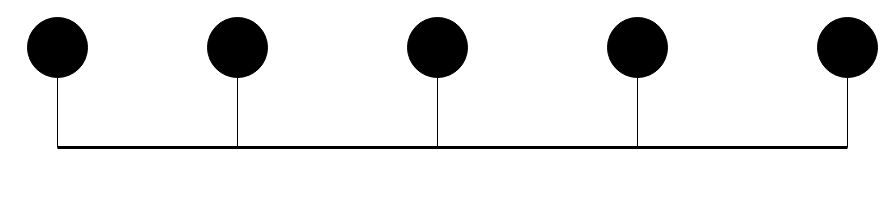
This is Untitled Diagram.drawio from Mohithkg/mynewrepo, a draw.io file, before an edit. Source tidied: cells renumbered, new cells numbered last; positions are measured from the earlier drawing's top-left corner, leaving out a move shared by most shapes. Both pictures are drawn from the tidied source at 100%, with x=0, y=0 at pixel (27, 17).
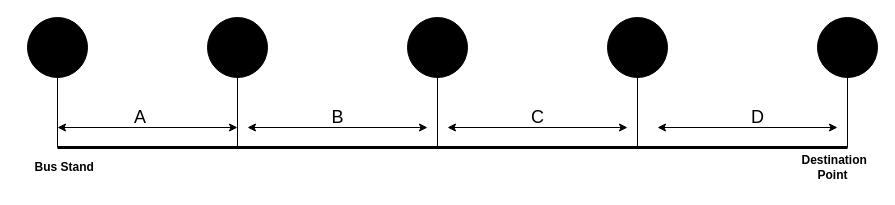
After the change.

Diff of the diagram source:
```diff
@@
+    <mxCell id="8" value="&lt;font style=&quot;font-size: 18px;&quot;&gt;&amp;nbsp;A&lt;/font&gt;" style="text;html=1;align=center;verticalAlign=middle;strokeColor=none;fillColor=none;" parent="1" vertex="1">
+      <mxGeometry x="90" y="80" width="40" height="40" as="geometry" />
+    </mxCell>
+    <mxCell id="9" value="&lt;font style=&quot;font-size: 18px;&quot;&gt;B&lt;/font&gt;" style="text;html=1;align=center;verticalAlign=middle;strokeColor=none;fillColor=none;" parent="1" vertex="1">
+      <mxGeometry x="290" y="80" width="40" height="40" as="geometry" />
+    </mxCell>
+    <mxCell id="10" value="&lt;font style=&quot;font-size: 18px;&quot;&gt;C&lt;/font&gt;" style="text;html=1;align=center;verticalAlign=middle;strokeColor=none;fillColor=none;" parent="1" vertex="1">
+      <mxGeometry x="490" y="80" width="40" height="40" as="geometry" />
+    </mxCell>
+    <mxCell id="11" value="&lt;font style=&quot;font-size: 18px;&quot;&gt;D&lt;/font&gt;" style="text;html=1;align=center;verticalAlign=middle;strokeColor=none;fillColor=none;" parent="1" vertex="1">
+      <mxGeometry x="710" y="80" width="40" height="40" as="geometry" />
+    </mxCell>
+    <mxCell id="12" value="&lt;b&gt;&amp;nbsp;Bus Stand&lt;/b&gt;" style="text;html=1;align=center;verticalAlign=middle;strokeColor=none;fillColor=none;" parent="1" vertex="1">
+      <mxGeometry x="-10" y="135" width="90" height="30" as="geometry" />
+    </mxCell>
+    <mxCell id="13" value="&lt;b&gt;&amp;nbsp;Destination &lt;br&gt;Point&lt;/b&gt;" style="text;html=1;align=center;verticalAlign=middle;strokeColor=none;fillColor=none;" parent="1" vertex="1">
+      <mxGeometry x="760" y="130" width="90" height="40" as="geometry" />
+    </mxCell>
+    <mxCell id="14" style="endArrow=classic;startArrow=classic;html=1;rounded=0;" parent="1" edge="1">
+      <mxGeometry relative="1" as="geometry">
+        <mxPoint x="420" y="110" as="sourcePoint" />
+        <mxPoint x="600" y="110" as="targetPoint" />
+      </mxGeometry>
+    </mxCell>
+    <mxCell id="15" style="endArrow=classic;startArrow=classic;html=1;rounded=0;" parent="1" edge="1">
+      <mxGeometry relative="1" as="geometry">
+        <mxPoint x="30" y="110" as="sourcePoint" />
+        <mxPoint x="210" y="110" as="targetPoint" />
+      </mxGeometry>
+    </mxCell>
+    <mxCell id="16" style="endArrow=classic;startArrow=classic;html=1;rounded=0;" parent="1" edge="1">
+      <mxGeometry relative="1" as="geometry">
+        <mxPoint x="630" y="110" as="sourcePoint" />
+        <mxPoint x="810" y="110" as="targetPoint" />
+      </mxGeometry>
+    </mxCell>
+    <mxCell id="17" style="endArrow=classic;startArrow=classic;html=1;rounded=0;" parent="1" edge="1">
+      <mxGeometry relative="1" as="geometry">
+        <mxPoint x="220" y="110" as="sourcePoint" />
+        <mxPoint x="400" y="110" as="targetPoint" />
+      </mxGeometry>
+    </mxCell>
```
